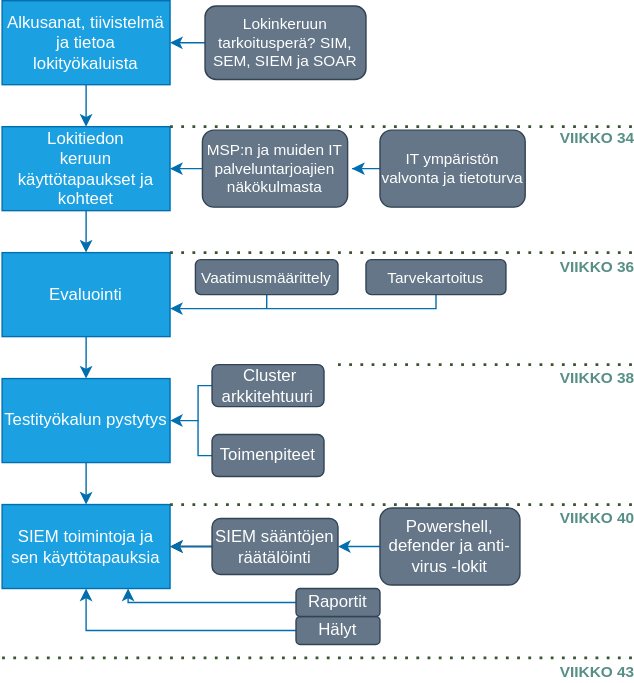
Above: oppari_scope.svg in hirsmaki/oppari (draw.io), before the change. Source tidied: cells renumbered, new cells last; positions are measured from the earlier drawing's top-left corner, leaving out a move shared by most shapes.
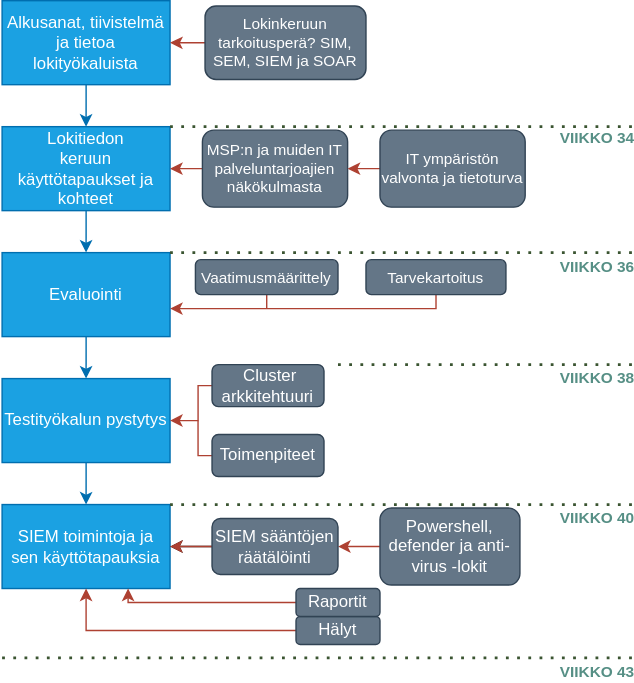
The same diagram one commit later.

What changed in the source:
```diff
@@ -29,7 +29,7 @@
     <mxCell id="10" value="SIEM toimintoja ja sen käyttötapauksia" style="rounded=0;whiteSpace=wrap;html=1;fillColor=#1ba1e2;strokeColor=#006EAF;fontColor=#ffffff;" parent="1" vertex="1">
       <mxGeometry y="360" width="120" height="60" as="geometry" />
     </mxCell>
-    <mxCell id="11" style="edgeStyle=orthogonalEdgeStyle;rounded=0;jettySize=auto;html=1;entryX=1;entryY=0.5;entryDx=0;entryDy=0;fillColor=#1ba1e2;strokeColor=#006EAF;" parent="1" edge="1" source="12" target="9">
+    <mxCell id="11" style="edgeStyle=orthogonalEdgeStyle;rounded=0;jettySize=auto;html=1;entryX=1;entryY=0.5;entryDx=0;entryDy=0;fillColor=#fad9d5;strokeColor=#ae4132;" parent="1" edge="1" source="12" target="9">
       <mxGeometry relative="1" as="geometry">
         <Array as="points">
           <mxPoint x="140" y="275" />
@@ -40,7 +40,7 @@
     <mxCell id="12" value="&amp;nbsp;Cluster arkkitehtuuri" style="rounded=1;whiteSpace=wrap;html=1;fillColor=#647687;strokeColor=#314354;fontColor=#ffffff;" parent="1" vertex="1">
       <mxGeometry x="150" y="260" width="80" height="30" as="geometry" />
     </mxCell>
-    <mxCell id="13" style="edgeStyle=orthogonalEdgeStyle;rounded=0;jettySize=auto;html=1;entryX=1;entryY=0.5;entryDx=0;entryDy=0;endArrow=classic;endFill=1;fillColor=#1ba1e2;strokeColor=#006EAF;" parent="1" edge="1" source="14" target="17">
+    <mxCell id="13" style="edgeStyle=orthogonalEdgeStyle;rounded=0;jettySize=auto;html=1;entryX=1;entryY=0.5;entryDx=0;entryDy=0;endArrow=classic;endFill=1;fillColor=#fad9d5;strokeColor=#ae4132;" parent="1" edge="1" source="14" target="17">
       <mxGeometry relative="1" as="geometry" />
     </mxCell>
     <mxCell id="14" value="Powershell, defender ja anti-virus -lokit" style="rounded=1;whiteSpace=wrap;html=1;fillColor=#647687;strokeColor=#314354;fontColor=#ffffff;" parent="1" vertex="1">
@@ -49,13 +49,13 @@
     <mxCell id="15" style="edgeStyle=orthogonalEdgeStyle;rounded=0;jettySize=auto;html=1;entryX=1;entryY=0.5;entryDx=0;entryDy=0;" parent="1" edge="1" source="17" target="10">
       <mxGeometry relative="1" as="geometry" />
     </mxCell>
-    <mxCell id="16" style="edgeStyle=orthogonalEdgeStyle;rounded=0;jettySize=auto;html=1;fontColor=#568F85;fillColor=#1ba1e2;strokeColor=#006EAF;" parent="1" edge="1" source="17" target="10">
+    <mxCell id="16" style="edgeStyle=orthogonalEdgeStyle;rounded=0;jettySize=auto;html=1;fontColor=#568F85;fillColor=#fad9d5;strokeColor=#ae4132;" parent="1" edge="1" source="17" target="10">
       <mxGeometry relative="1" as="geometry" />
     </mxCell>
     <mxCell id="17" value="SIEM sääntöjen räätälöinti" style="rounded=1;whiteSpace=wrap;html=1;fillColor=#647687;strokeColor=#314354;fontColor=#ffffff;" parent="1" vertex="1">
       <mxGeometry x="150" y="370" width="90" height="40" as="geometry" />
     </mxCell>
-    <mxCell id="18" style="edgeStyle=orthogonalEdgeStyle;rounded=0;jettySize=auto;html=1;endArrow=classic;endFill=1;fillColor=#1ba1e2;strokeColor=#006EAF;" parent="1" edge="1" source="19">
+    <mxCell id="18" style="edgeStyle=orthogonalEdgeStyle;rounded=0;jettySize=auto;html=1;endArrow=classic;endFill=1;fillColor=#fad9d5;strokeColor=#ae4132;" parent="1" edge="1" source="19">
       <mxGeometry relative="1" as="geometry">
         <mxPoint x="60" y="420" as="targetPoint" />
         <Array as="points">
@@ -66,19 +66,19 @@
     <mxCell id="19" value="Hälyt" style="rounded=1;whiteSpace=wrap;html=1;fillColor=#647687;strokeColor=#314354;fontColor=#ffffff;" parent="1" vertex="1">
       <mxGeometry x="210" y="440" width="60" height="20" as="geometry" />
     </mxCell>
-    <mxCell id="20" style="edgeStyle=orthogonalEdgeStyle;rounded=0;jettySize=auto;html=1;entryX=1;entryY=0.5;entryDx=0;entryDy=0;fillColor=#1ba1e2;strokeColor=#006EAF;" parent="1" edge="1" source="21" target="5">
+    <mxCell id="20" style="edgeStyle=orthogonalEdgeStyle;rounded=0;jettySize=auto;html=1;entryX=1;entryY=0.5;entryDx=0;entryDy=0;fillColor=#fad9d5;strokeColor=#ae4132;" parent="1" edge="1" source="21" target="5">
       <mxGeometry relative="1" as="geometry" />
     </mxCell>
     <mxCell id="21" value="Lokinkeruun tarkoitusperä? SIM, SEM, SIEM ja SOAR" style="rounded=1;whiteSpace=wrap;html=1;fillColor=#647687;fontSize=11;strokeColor=#314354;fontColor=#ffffff;" parent="1" vertex="1">
       <mxGeometry x="145" y="3.8" width="115" height="52.5" as="geometry" />
     </mxCell>
-    <mxCell id="22" style="edgeStyle=orthogonalEdgeStyle;rounded=0;jettySize=auto;html=1;entryX=1;entryY=0.5;entryDx=0;entryDy=0;fontSize=11;fillColor=#1ba1e2;strokeColor=#006EAF;" parent="1" edge="1" source="23" target="7">
+    <mxCell id="22" style="edgeStyle=orthogonalEdgeStyle;rounded=0;jettySize=auto;html=1;entryX=1;entryY=0.5;entryDx=0;entryDy=0;fontSize=11;fillColor=#fad9d5;strokeColor=#ae4132;" parent="1" edge="1" source="23" target="7">
       <mxGeometry relative="1" as="geometry" />
     </mxCell>
     <mxCell id="23" value="MSP:n ja muiden IT palveluntarjoajien näkökulmasta" style="rounded=1;whiteSpace=wrap;html=1;fontSize=11;fillColor=#647687;strokeColor=#314354;fontColor=#ffffff;" parent="1" vertex="1">
       <mxGeometry x="143.1" y="92.5" width="103.8" height="55" as="geometry" />
     </mxCell>
-    <mxCell id="24" style="edgeStyle=orthogonalEdgeStyle;rounded=0;jettySize=auto;html=1;endArrow=classic;endFill=1;fillColor=#1ba1e2;strokeColor=#006EAF;" parent="1" edge="1" source="25">
+    <mxCell id="24" style="edgeStyle=orthogonalEdgeStyle;rounded=0;jettySize=auto;html=1;endArrow=classic;endFill=1;fillColor=#fad9d5;strokeColor=#ae4132;" parent="1" edge="1" source="25">
       <mxGeometry relative="1" as="geometry">
         <mxPoint x="90" y="420" as="targetPoint" />
         <Array as="points">
@@ -90,7 +90,7 @@
     <mxCell id="25" value="Raportit" style="rounded=1;whiteSpace=wrap;html=1;fillColor=#647687;strokeColor=#314354;fontColor=#ffffff;" parent="1" vertex="1">
       <mxGeometry x="210" y="420" width="60" height="20" as="geometry" />
     </mxCell>
-    <mxCell id="26" style="edgeStyle=orthogonalEdgeStyle;rounded=0;jettySize=auto;html=1;endArrow=none;endFill=0;fillColor=#1ba1e2;strokeColor=#006EAF;" parent="1" edge="1" source="27">
+    <mxCell id="26" style="edgeStyle=orthogonalEdgeStyle;rounded=0;jettySize=auto;html=1;endArrow=none;endFill=0;fillColor=#fad9d5;strokeColor=#ae4132;" parent="1" edge="1" source="27">
       <mxGeometry relative="1" as="geometry">
         <mxPoint x="140" y="300" as="targetPoint" />
         <Array as="points">
@@ -151,15 +151,13 @@
     <mxCell id="37" value="VIIKKO 43" style="edgeLabel;html=1;align=center;verticalAlign=middle;fontStyle=1;labelBackgroundColor=none;fontColor=#568F85;" parent="1" vertex="1">
       <mxGeometry x="425" y="480" as="geometry" />
     </mxCell>
-    <mxCell id="38" style="edgeStyle=orthogonalEdgeStyle;rounded=0;jettySize=auto;html=1;endArrow=classic;endFill=1;strokeColor=#006EAF;" parent="1" edge="1" source="39">
-      <mxGeometry relative="1" as="geometry">
-        <mxPoint x="250" y="120" as="targetPoint" />
-      </mxGeometry>
+    <mxCell id="38" style="edgeStyle=orthogonalEdgeStyle;rounded=0;jettySize=auto;html=1;endArrow=classic;endFill=1;strokeColor=#ae4132;entryX=1;entryY=0.5;entryDx=0;entryDy=0;fillColor=#fad9d5;" parent="1" edge="1" source="39" target="23">
+      <mxGeometry relative="1" as="geometry" />
     </mxCell>
     <mxCell id="39" value="IT ympäristön valvonta ja tietoturva" style="rounded=1;whiteSpace=wrap;html=1;fontSize=11;fillColor=#647687;strokeColor=#314354;fontColor=#ffffff;" parent="1" vertex="1">
       <mxGeometry x="270" y="92.5" width="103.8" height="55" as="geometry" />
     </mxCell>
-    <mxCell id="40" style="edgeStyle=orthogonalEdgeStyle;rounded=0;jettySize=auto;html=1;endArrow=none;endFill=0;strokeColor=#006EAF;" parent="1" edge="1" source="41">
+    <mxCell id="40" style="edgeStyle=orthogonalEdgeStyle;rounded=0;jettySize=auto;html=1;endArrow=none;endFill=0;strokeColor=#ae4132;fillColor=#fad9d5;" parent="1" edge="1" source="41">
       <mxGeometry relative="1" as="geometry">
         <mxPoint x="189" y="220" as="targetPoint" />
         <Array as="points">
@@ -171,7 +169,7 @@
     <mxCell id="41" value="Vaatimusmäärittely" style="rounded=1;whiteSpace=wrap;html=1;fontSize=11;fillColor=#647687;strokeColor=#314354;fontColor=#ffffff;" parent="1" vertex="1">
       <mxGeometry x="138.1" y="185" width="101.9" height="25" as="geometry" />
     </mxCell>
-    <mxCell id="42" style="edgeStyle=orthogonalEdgeStyle;rounded=0;jettySize=auto;html=1;endArrow=classic;endFill=1;strokeColor=#006EAF;" parent="1" edge="1" source="43" target="3">
+    <mxCell id="42" style="edgeStyle=orthogonalEdgeStyle;rounded=0;jettySize=auto;html=1;endArrow=classic;endFill=1;strokeColor=#ae4132;fillColor=#fad9d5;" parent="1" edge="1" source="43" target="3">
       <mxGeometry relative="1" as="geometry">
         <Array as="points">
           <mxPoint x="310" y="220" />
```
